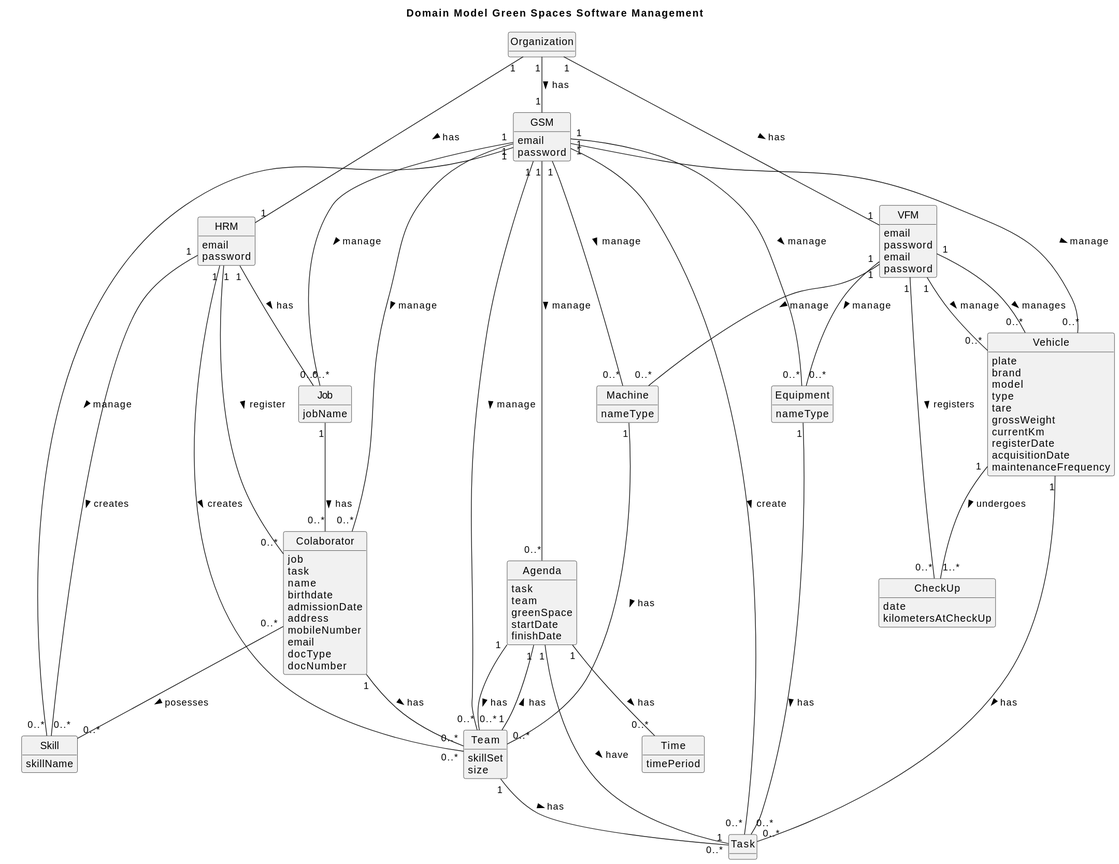
Before: docs/sprintB/global-artifacts/02.analysis/svg/project-domain-model.svg, a diagram exported from PlantUML (francisc-o-liveira/lei-24-s2-1dp-g163).
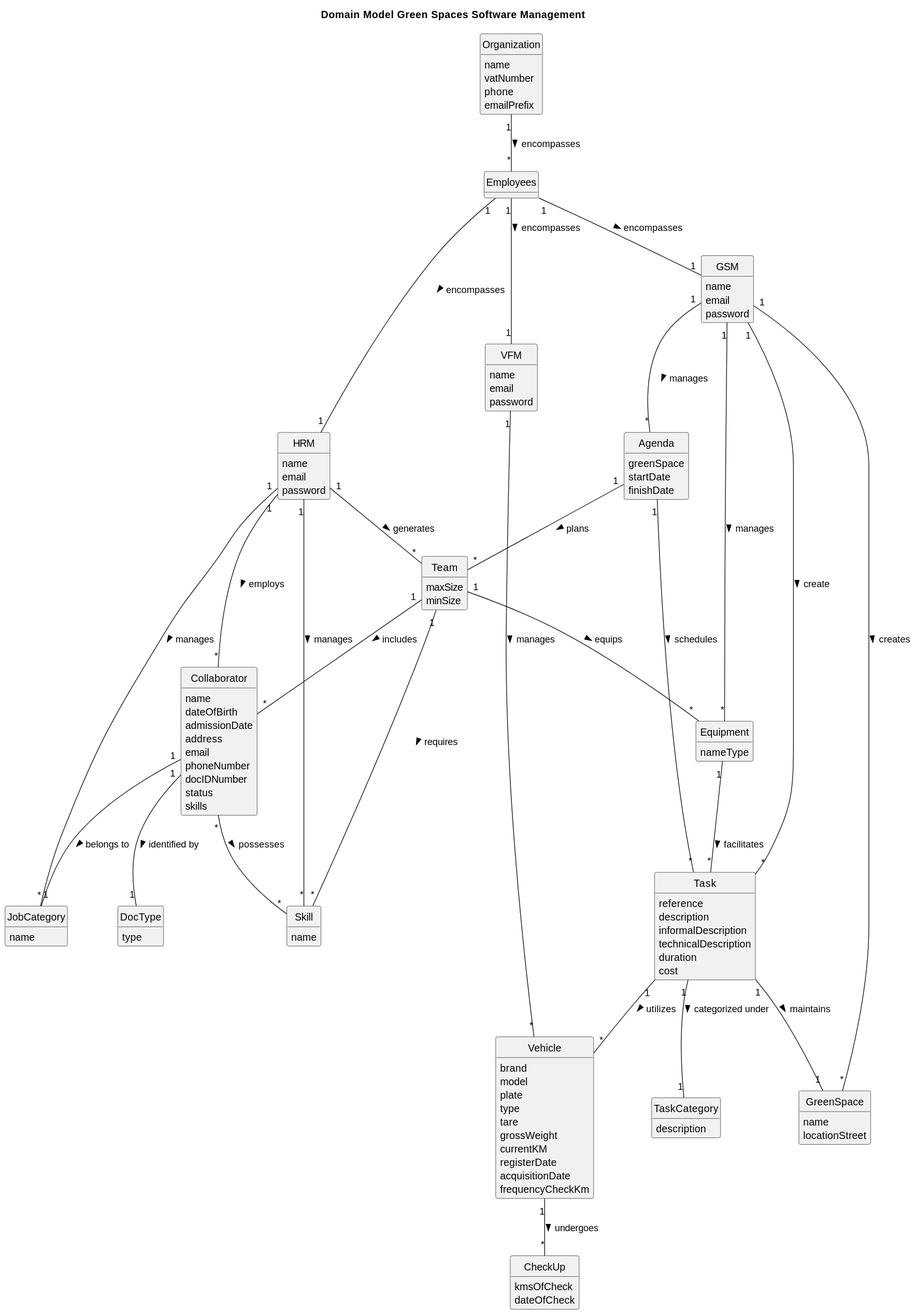
After the change.

Commit message:
corrections on code

Change to the diagram source:
```diff
@@ -9,140 +9,145 @@
 
 
 class Organization {
+    name
+    vatNumber
+    phone
+    emailPrefix
 }
 
-class Task {
-}
-
-
-class HRM{
+class HRM {
+    name
     email
     password
 }
 
-class Skill{
-    skillName
-}
-
-class VFM{
+class GSM {
+    name
     email
     password
 }
 
-class GSM{
+class VFM {
+    name
     email
     password
 }
 
-class Vehicle{
-    plate
+class Skill {
+    name
+}
+
+class JobCategory {
+    name
+}
+
+class Collaborator {
+    name
+    dateOfBirth
+    admissionDate
+    address
+    email
+    phoneNumber
+    docIDNumber
+    status
+    skills
+}
+
+class DocType {
+    type
+}
+
+class Team {
+    maxSize
+    minSize
+}
+
+
+class Vehicle {
     brand
     model
+    plate
     type
     tare
     grossWeight
-    currentKm
+    currentKM
     registerDate
     acquisitionDate
-    maintenanceFrequency
-}
-
-class VFM{
-    email
-    password
+    frequencyCheckKm
 }
 
 class CheckUp {
-    date
-    kilometersAtCheckUp
+    kmsOfCheck
+    dateOfCheck
 }
 
-class Agenda{
-    task
-    team
+class GreenSpace {
+    name
+    locationStreet
+}
+
+class Task {
+    reference
+    description
+    informalDescription
+    technicalDescription
+    duration
+    cost
+}
+
+class Equipment {
+    nameType
+}
+
+
+
+class Agenda {
     greenSpace
     startDate
     finishDate
 }
 
-class Equipment{
-    nameType
+class TaskCategory {
+    description
 }
 
-class Job{
-    jobName
-}
+HRM "1" -- "*" JobCategory : manages >
+HRM "1" -- "*" Collaborator : employs >
+HRM "1" -- "*" Skill : manages >
+HRM "1" -- "*" Team : generates >
 
-class Machine{
-    nameType
-}
+VFM "1" -- "*" Vehicle : manages >
 
-class Team{
-    skillSet
-    size
-}
+Collaborator "1" -- "1" JobCategory : belongs to >
+Collaborator "1" -- "1" DocType : identified by >
+Collaborator "*" -- "*" Skill : possesses >
 
+Team "1" -- "*" Collaborator : includes >
+Team "1" -- "*" Skill : requires >
 
-class Colaborator {
-    job
-    task
-    name
-    birthdate
-    admissionDate
-    address
-    mobileNumber
-    email
-    docType
-    docNumber
-}
+Vehicle "1" -- "*" CheckUp : undergoes >
 
-class Time{
-    timePeriod
-}
+Organization "1" -- "*" Employees : encompasses >
 
+Employees "1" -- "1" HRM : encompasses >
+Employees "1" -- "1" VFM : encompasses >
+Employees "1" -- "1" GSM : encompasses >
 
-Organization "1" -- "1" HRM : has >
-Organization "1" -- "1" VFM : has >
-Organization "1" -- "1" GSM : has >
+GSM "1" -- "*" GreenSpace : creates >
+GSM "1" -- "*" Task : create >
+GSM "1" -- "*" Equipment : manages >
 
-HRM "1" -- "0..*" Colaborator : register >
-HRM "1" -- "0..*" Job : has >
-HRM "1" -- "0..*" Team : creates >
-HRM "1" -- "0..*" Skill : creates >
+GSM "1" -- "*" Agenda : manages >
 
-VFM "1" -- "0..*" Vehicle : manage >
-VFM "1" -- "0..*" Equipment : manage >
-VFM "1" -- "0..*" Machine : manage >
-VFM "1" -- "0..*" Vehicle : manages >
-VFM "1" -- "0..*" CheckUp : registers >
+Task "1" -- "1" TaskCategory : categorized under >
 
-GSM "1" --- "0..*" Colaborator : manage >
-GSM "1" --- "0..*" Vehicle : manage >
-GSM "1" --- "0..*" Team : manage >
-GSM "1" --- "0..*" Task : create >
-GSM "1" --- "0..*" Equipment : manage >
-GSM "1" --- "0..*" Job : manage >
-GSM "1" --- "0..*" Machine : manage >
-GSM "1" - "0..*" Agenda : manage >
-GSM "1" --- "0..*" Skill : manage >
+Task "1" -- "*" Vehicle : utilizes >
 
-Vehicle "1" -- "0..*" Task : has >
-Vehicle "1" -- "1..*" CheckUp : undergoes >
+Task "1" -- "1" GreenSpace : maintains >
 
-Equipment "1" -- "0..*" Task : has >
+Equipment "1" -- "*" Task : facilitates >
+Team "1" -- "*" Equipment : equips >
 
-Colaborator "0..*" -- "0..*" Skill : posesses >
-Colaborator "1" -- "0..*" Team : has >
-
-Job "1" -- "0..*" Colaborator : has >
-
-Team "1" -- "1" Task : has >
-Team "1" -- "1" Agenda : has >
-
-Machine "1" -- "0..*" Team : has >
-
-
-Agenda "1" -- "0..*" Team : has >
-Agenda "1" -- "0..*" Task : have >
-Agenda "1" -- "0..*" Time : has >
+Agenda "1" -- "*" Team : plans >
+Agenda "1" -- "*" Task : schedules >
 @enduml
```
